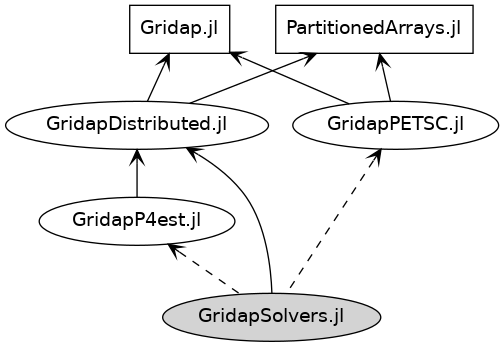
This is joss_paper/packages.png from gridap/GridapSolvers.jl, a Graphviz export, as it was before one commit. Its source is kept beside it as joss_paper/packages.dot.
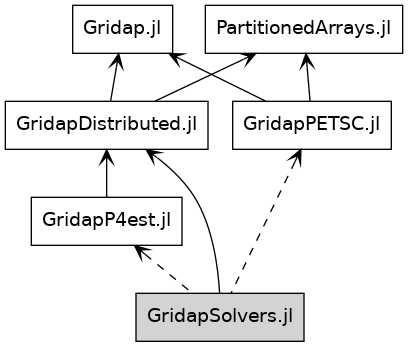
After the change.

Change to the diagram source:
```diff
@@ -15,7 +15,10 @@
   "GridapPETSC.jl" -> "GridapSolvers.jl" [dir=back,style=dashed]
   "GridapP4est.jl" -> "GridapSolvers.jl" [dir=back,style=dashed]
 
-  "Gridap.jl" [shape=rectangle];
+  "Gridap.jl" [shape=rectangle]
   "PartitionedArrays.jl" [shape=rectangle]
-  "GridapSolvers.jl" [style=filled;]
+  "GridapDistributed.jl" [shape=rectangle]
+  "GridapPETSC.jl" [shape=rectangle]
+  "GridapP4est.jl" [shape=rectangle]
+  "GridapSolvers.jl" [style=filled,shape=rectangle]
 }
```
